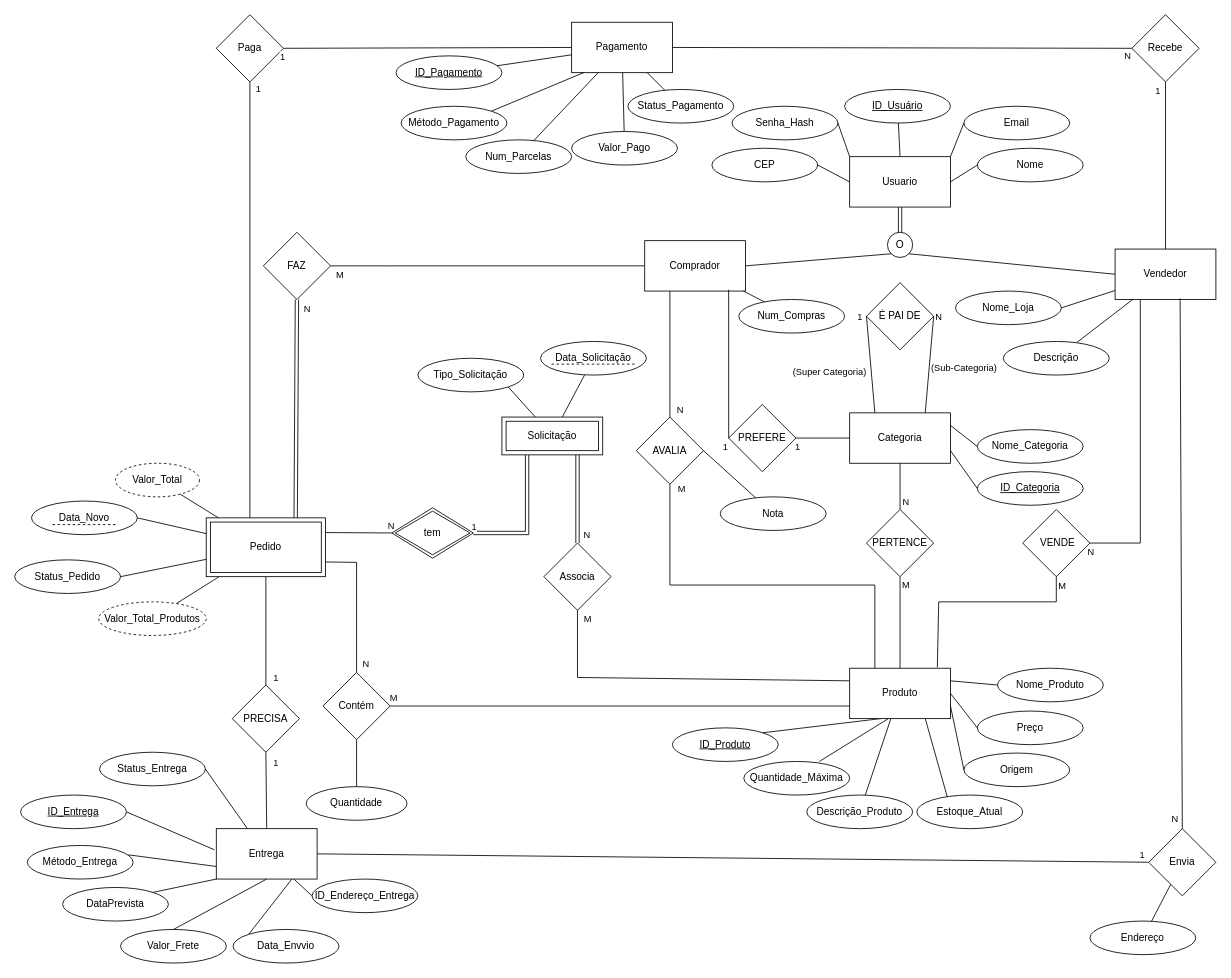
Above: Diagrama/DEER final NM.drawio in Sepakku/trabalho-final-bd1 (draw.io), before the change. Source tidied: cells renumbered, new cells numbered last; positions are measured from the earlier drawing's top-left corner, leaving out a move shared by most shapes. Both pictures are drawn from the tidied source at 84%, with x=0, y=0 at pixel (14, 14).
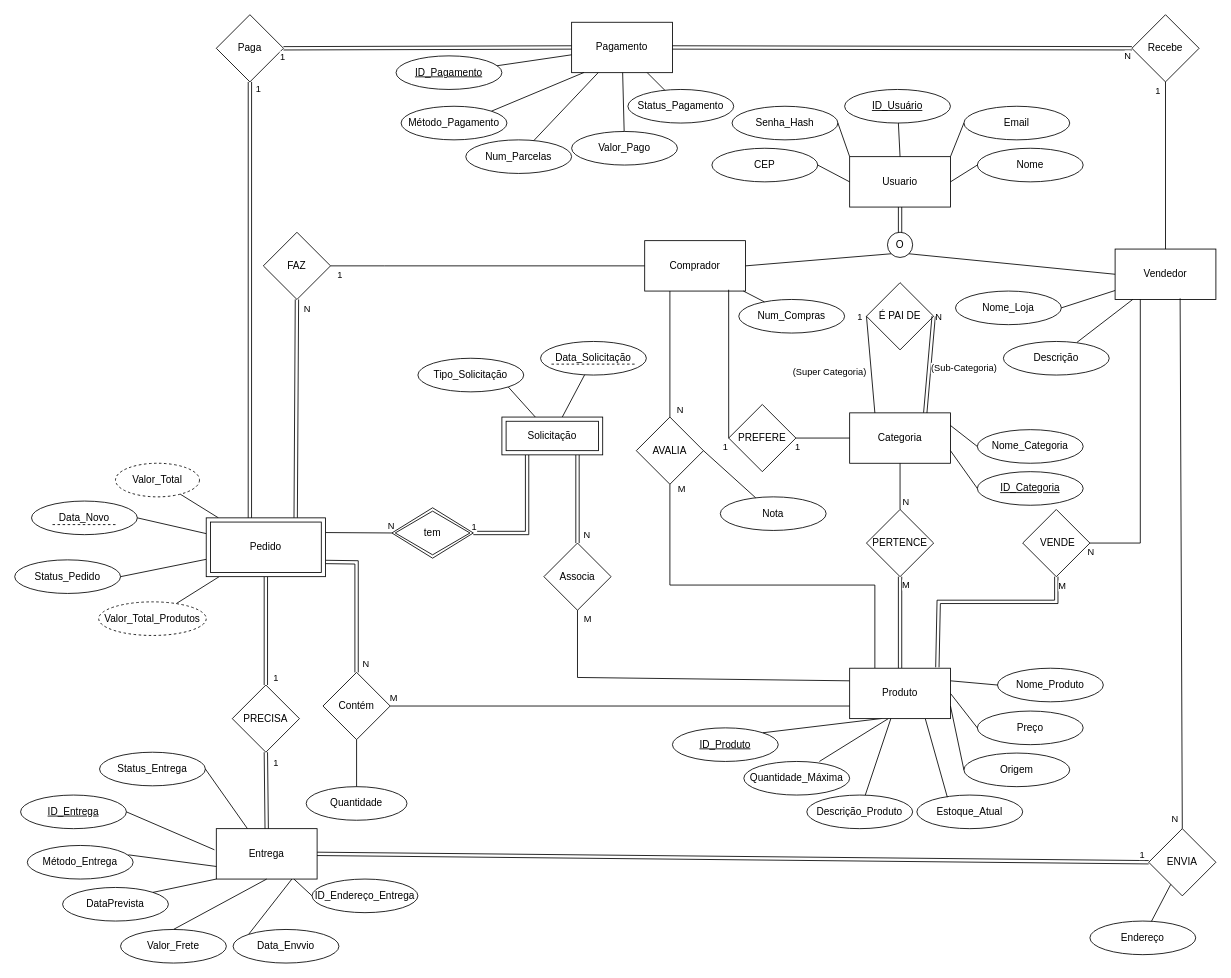
The same diagram, later.

Commit message (it also covers changes not shown here):
Diagrama atualizado e modelo relacional quase pronto

Unchanged cells that the change refers to:
```xml
<mxCell id="2" value="Entrega" style="rounded=0;whiteSpace=wrap;html=1;labelBackgroundColor=none;" parent="1" vertex="1">
  <mxGeometry x="240" y="969" width="120" height="60" as="geometry" />
</mxCell>
<mxCell id="3" value="Categoria" style="rounded=0;whiteSpace=wrap;html=1;labelBackgroundColor=none;" parent="1" vertex="1">
  <mxGeometry x="994" y="474" width="120" height="60" as="geometry" />
</mxCell>
<mxCell id="13" style="endArrow=none;html=1;rounded=0;entryX=0;entryY=0.5;entryDx=0;entryDy=0;exitX=1;exitY=0.5;exitDx=0;exitDy=0;labelBackgroundColor=none;fontColor=default;" parent="1" edge="1" source="19" target="5">
  <mxGeometry relative="1" as="geometry">
    <Array as="points">
      <mxPoint x="440" y="299" />
    </Array>
  </mxGeometry>
</mxCell>
<mxCell id="17" value="&amp;nbsp;VENDE" style="rhombus;whiteSpace=wrap;html=1;labelBackgroundColor=none;" parent="1" vertex="1">
  <mxGeometry x="1200" y="589" width="80" height="80" as="geometry" />
</mxCell>
<mxCell id="18" value="&lt;div&gt;PERTENCE&lt;/div&gt;" style="rhombus;whiteSpace=wrap;html=1;labelBackgroundColor=none;" parent="1" vertex="1">
  <mxGeometry x="1014" y="589" width="80" height="80" as="geometry" />
</mxCell>
<mxCell id="20" value="PRECISA" style="rhombus;whiteSpace=wrap;html=1;labelBackgroundColor=none;" parent="1" vertex="1">
  <mxGeometry x="259" y="798" width="80" height="80" as="geometry" />
</mxCell>
<mxCell id="40" value="É PAI DE" style="rhombus;whiteSpace=wrap;html=1;labelBackgroundColor=none;" parent="1" vertex="1">
  <mxGeometry x="1014" y="319" width="80" height="80" as="geometry" />
</mxCell>
<mxCell id="88" value="Pagamento" style="rounded=0;whiteSpace=wrap;html=1;labelBackgroundColor=none;" parent="1" vertex="1">
  <mxGeometry x="663" y="9" width="120" height="60" as="geometry" />
</mxCell>
<mxCell id="89" value="Paga" style="rhombus;whiteSpace=wrap;html=1;labelBackgroundColor=none;" parent="1" vertex="1">
  <mxGeometry x="240" width="80" height="80" as="geometry" />
</mxCell>
<mxCell id="92" value="Recebe" style="rhombus;whiteSpace=wrap;html=1;labelBackgroundColor=none;" parent="1" vertex="1">
  <mxGeometry x="1330" width="80" height="80" as="geometry" />
</mxCell>
<mxCell id="112" value="Produto" style="rounded=0;whiteSpace=wrap;html=1;labelBackgroundColor=none;" parent="1" vertex="1">
  <mxGeometry x="994" y="778" width="120" height="60" as="geometry" />
</mxCell>
<mxCell id="132" value="Contém" style="rhombus;whiteSpace=wrap;html=1;labelBackgroundColor=none;" parent="1" vertex="1">
  <mxGeometry x="367" y="783" width="80" height="80" as="geometry" />
</mxCell>
<mxCell id="143" value="Pedido" style="shape=ext;margin=3;double=1;whiteSpace=wrap;html=1;align=center;" parent="1" vertex="1">
  <mxGeometry x="228" y="599" width="142" height="70" as="geometry" />
</mxCell>
```

What changed in the source:
```diff
@@
-    <mxCell id="14" value="M" style="edgeLabel;html=1;align=center;verticalAlign=middle;" parent="13" vertex="1">
+    <mxCell id="14" value="1" style="edgeLabel;html=1;align=center;verticalAlign=middle;" parent="13" vertex="1">
       <mxGeometry x="-0.01" y="-3" relative="1" as="geometry">
         <mxPoint x="-175" y="7" as="offset" />
       </mxGeometry>
     </mxCell>
-    <mxCell id="15" style="endArrow=none;html=1;rounded=0;exitX=0.5;exitY=1;exitDx=0;exitDy=0;entryX=0.5;entryY=0;entryDx=0;entryDy=0;labelBackgroundColor=none;fontColor=default;" parent="1" edge="1" source="18" target="112">
+    <mxCell id="15" style="endArrow=none;html=1;rounded=0;exitX=0.5;exitY=1;exitDx=0;exitDy=0;entryX=0.5;entryY=0;entryDx=0;entryDy=0;labelBackgroundColor=none;fontColor=default;shape=link;" parent="1" edge="1" source="18" target="112">
       <mxGeometry relative="1" as="geometry" />
     </mxCell>
@@
-    <mxCell id="26" style="endArrow=none;html=1;rounded=0;exitX=0.5;exitY=0;exitDx=0;exitDy=0;entryX=0.5;entryY=1;entryDx=0;entryDy=0;labelBackgroundColor=none;fontColor=default;" parent="1" edge="1" source="20" target="143">
+    <mxCell id="26" style="endArrow=none;html=1;rounded=0;exitX=0.5;exitY=0;exitDx=0;exitDy=0;entryX=0.5;entryY=1;entryDx=0;entryDy=0;labelBackgroundColor=none;fontColor=default;shape=link;" parent="1" edge="1" source="20" target="143">
       <mxGeometry x="-0.13" relative="1" as="geometry" />
     </mxCell>
@@
-    <mxCell id="41" style="endArrow=none;html=1;rounded=0;entryX=1;entryY=0.5;entryDx=0;entryDy=0;exitX=0.75;exitY=0;exitDx=0;exitDy=0;labelBackgroundColor=none;fontColor=default;" parent="1" edge="1" source="3" target="40">
+    <mxCell id="41" style="endArrow=none;html=1;rounded=0;entryX=1;entryY=0.5;entryDx=0;entryDy=0;exitX=0.75;exitY=0;exitDx=0;exitDy=0;labelBackgroundColor=none;fontColor=default;shape=link;" parent="1" edge="1" source="3" target="40">
       <mxGeometry relative="1" as="geometry" />
     </mxCell>
@@
-    <mxCell id="90" style="endArrow=none;html=1;rounded=0;labelBackgroundColor=none;fontColor=default;exitX=0.366;exitY=0.143;exitDx=0;exitDy=0;exitPerimeter=0;" parent="1" edge="1" source="143" target="89">
+    <mxCell id="90" style="endArrow=none;html=1;rounded=0;labelBackgroundColor=none;fontColor=default;exitX=0.366;exitY=0.143;exitDx=0;exitDy=0;exitPerimeter=0;shape=link;" parent="1" edge="1" source="143" target="89">
       <mxGeometry relative="1" as="geometry" />
     </mxCell>
@@
-    <mxCell id="98" value="Envia" style="rhombus;whiteSpace=wrap;html=1;labelBackgroundColor=none;" parent="1" vertex="1">
+    <mxCell id="98" value="ENVIA" style="rhombus;whiteSpace=wrap;html=1;labelBackgroundColor=none;" parent="1" vertex="1">
       <mxGeometry x="1350" y="969" width="80" height="80" as="geometry" />
     </mxCell>
@@
-    <mxCell id="133" style="endArrow=none;html=1;rounded=0;entryX=0.5;entryY=0;entryDx=0;entryDy=0;labelBackgroundColor=none;fontColor=default;exitX=1;exitY=0.75;exitDx=0;exitDy=0;" parent="1" edge="1" source="143" target="132">
+    <mxCell id="133" style="endArrow=none;html=1;rounded=0;entryX=0.5;entryY=0;entryDx=0;entryDy=0;labelBackgroundColor=none;fontColor=default;exitX=1;exitY=0.75;exitDx=0;exitDy=0;shape=link;" parent="1" edge="1" source="143" target="132">
       <mxGeometry relative="1" as="geometry">
         <Array as="points">
           <mxPoint x="407" y="652" />
         </Array>
       </mxGeometry>
     </mxCell>
@@
-    <mxCell id="148" style="endArrow=none;html=1;rounded=0;exitX=1;exitY=0.5;exitDx=0;exitDy=0;entryX=0;entryY=0.5;entryDx=0;entryDy=0;" parent="1" edge="1" source="89" target="88">
+    <mxCell id="148" style="endArrow=none;html=1;rounded=0;exitX=1;exitY=0.5;exitDx=0;exitDy=0;entryX=0;entryY=0.5;entryDx=0;entryDy=0;shape=link;" parent="1" edge="1" source="89" target="88">
       <mxGeometry relative="1" as="geometry" />
     </mxCell>
@@
-    <mxCell id="150" style="endArrow=none;html=1;rounded=0;exitX=1;exitY=0.5;exitDx=0;exitDy=0;entryX=0;entryY=0.5;entryDx=0;entryDy=0;" parent="1" edge="1" source="88" target="92">
+    <mxCell id="150" style="endArrow=none;html=1;rounded=0;exitX=1;exitY=0.5;exitDx=0;exitDy=0;entryX=0;entryY=0.5;entryDx=0;entryDy=0;shape=link;" parent="1" edge="1" source="88" target="92">
       <mxGeometry relative="1" as="geometry" />
     </mxCell>
@@
-    <mxCell id="152" style="endArrow=none;html=1;rounded=0;exitX=1;exitY=0.5;exitDx=0;exitDy=0;entryX=0;entryY=0.5;entryDx=0;entryDy=0;" parent="1" edge="1" source="2" target="98">
+    <mxCell id="152" style="endArrow=none;html=1;rounded=0;exitX=1;exitY=0.5;exitDx=0;exitDy=0;entryX=0;entryY=0.5;entryDx=0;entryDy=0;shape=link;" parent="1" edge="1" source="2" target="98">
       <mxGeometry relative="1" as="geometry" />
     </mxCell>
@@
-    <mxCell id="154" style="endArrow=none;html=1;rounded=0;exitX=0.5;exitY=0;exitDx=0;exitDy=0;entryX=0.5;entryY=1;entryDx=0;entryDy=0;" parent="1" edge="1" source="2" target="20">
+    <mxCell id="154" style="endArrow=none;html=1;rounded=0;exitX=0.5;exitY=0;exitDx=0;exitDy=0;entryX=0.5;entryY=1;entryDx=0;entryDy=0;shape=link;" parent="1" edge="1" source="2" target="20">
       <mxGeometry relative="1" as="geometry" />
     </mxCell>
@@
-    <mxCell id="158" style="endArrow=none;html=1;rounded=0;exitX=0.87;exitY=-0.018;exitDx=0;exitDy=0;entryX=0.5;entryY=1;entryDx=0;entryDy=0;exitPerimeter=0;" parent="1" edge="1" source="112" target="17">
+    <mxCell id="158" style="endArrow=none;html=1;rounded=0;exitX=0.87;exitY=-0.018;exitDx=0;exitDy=0;entryX=0.5;entryY=1;entryDx=0;entryDy=0;exitPerimeter=0;shape=link;" parent="1" edge="1" source="112" target="17">
       <mxGeometry relative="1" as="geometry">
         <Array as="points">
           <mxPoint x="1100" y="699" />
           <mxPoint x="1240" y="699" />
         </Array>
       </mxGeometry>
     </mxCell>
```
